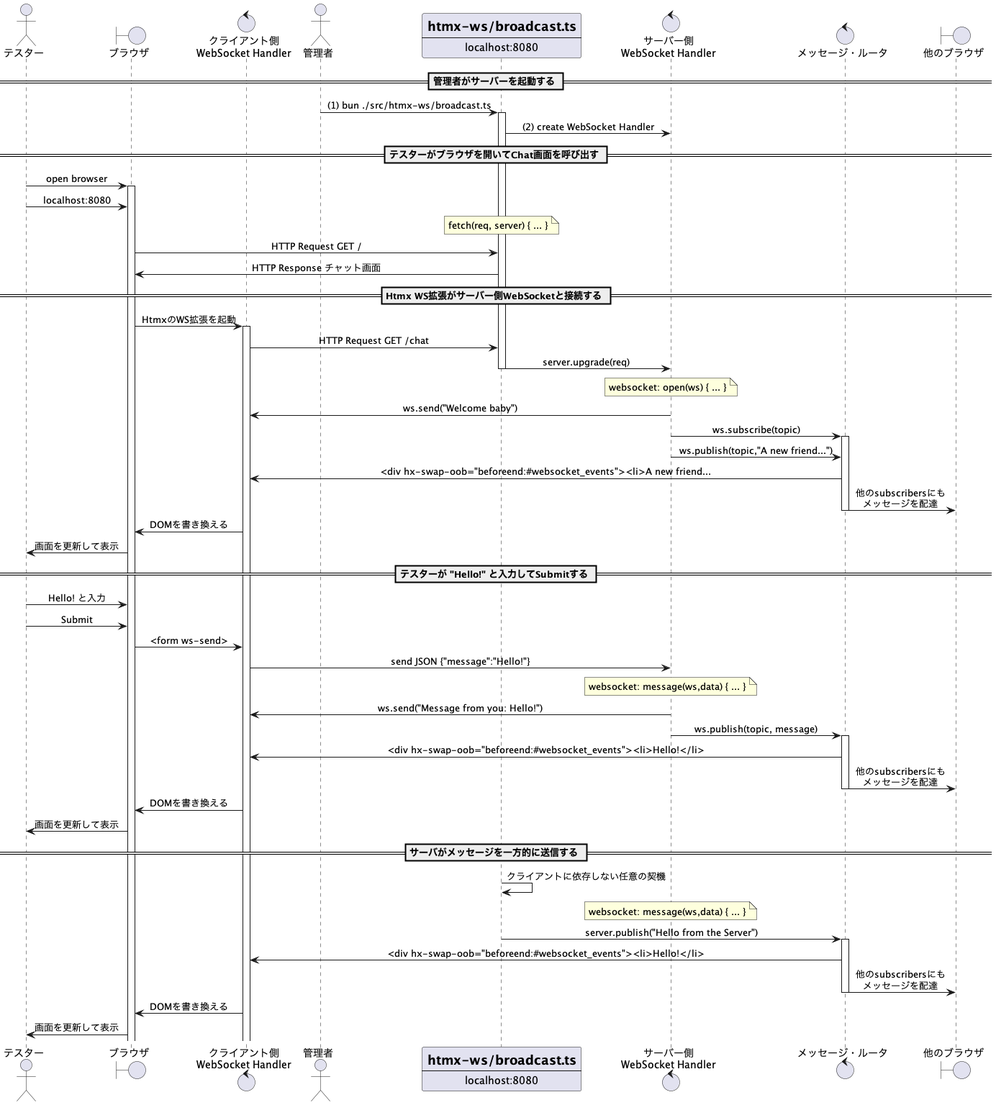
Before: docs/diagrams/out/sequence/sequence.png, a diagram exported from PlantUML (kazurayam/websocket-demo).
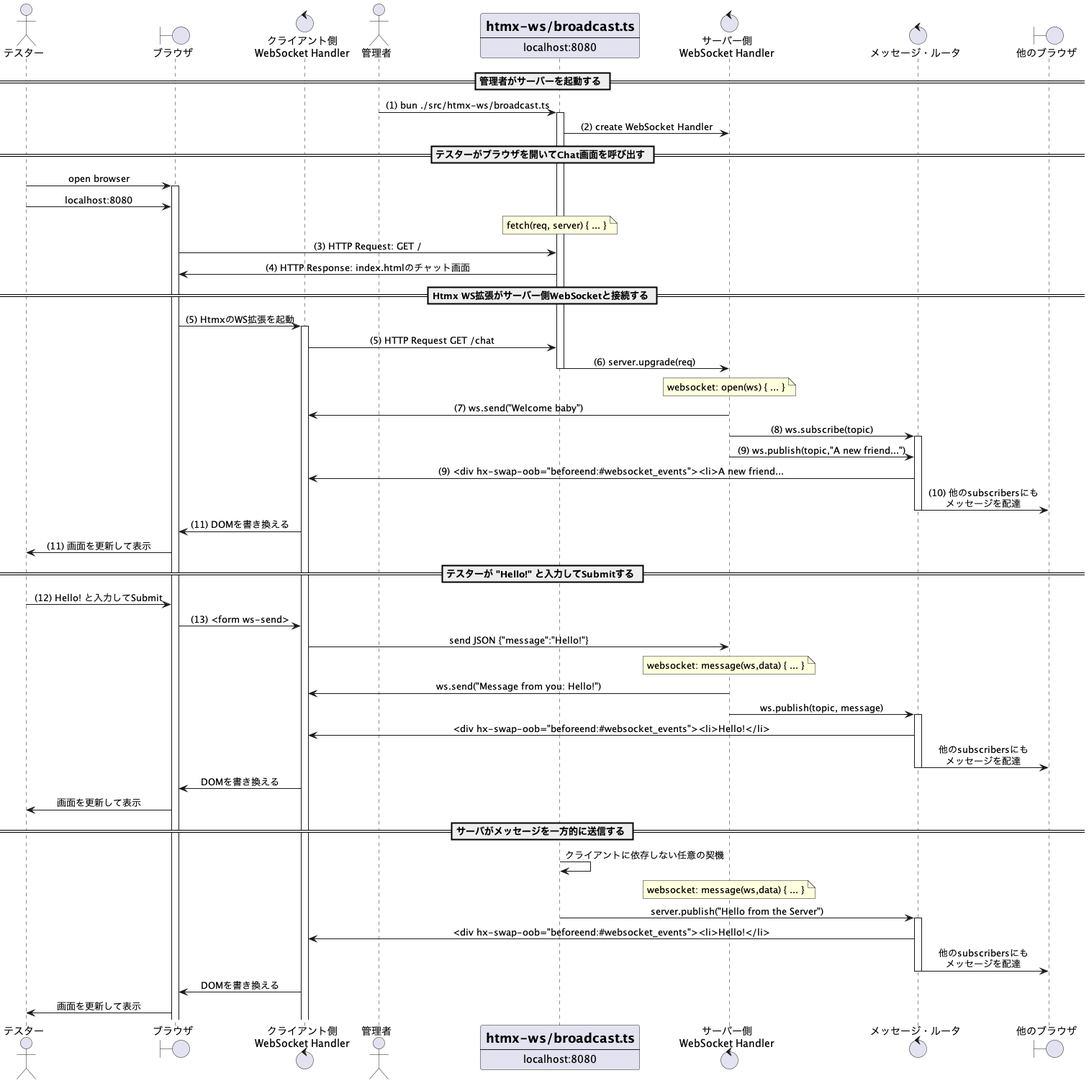
After the change.

Commit message:
sequence_description.adocをsave, yet writing

Change to the diagram source:
```diff
@@ -24,30 +24,29 @@
 activate chrome
 tester      ->   chrome     : localhost:8080
 note over server: fetch(req, server) { ... }
-chrome      ->   server     : HTTP Request GET /
-chrome      <-   server     : HTTP Response チャット画面
+chrome      ->   server     : (3) HTTP Request: GET /
+chrome      <-   server     : (4) HTTP Response: index.htmlのチャット画面
 
 == Htmx WS拡張がサーバー側WebSocketと接続する ==
-chrome      ->   cWS        : HtmxのWS拡張を起動
+chrome      ->   cWS        : (5) HtmxのWS拡張を起動
 activate cWS
-cWS         ->   server     : HTTP Request GET /chat
-server      ->   sWS        : server.upgrade(req)
+cWS         ->   server     : (5) HTTP Request GET /chat
+server      ->   sWS        : (6) server.upgrade(req)
 deactivate server
 note over sWS: websocket: open(ws) { ... }
-cWS         <-   sWS        : ws.send("Welcome baby")
-sWS         ->   router     : ws.subscribe(topic)
+cWS         <-   sWS        : (7) ws.send("Welcome baby")
+sWS         ->   router     : (8) ws.subscribe(topic)
 activate router
-sWS         ->   router     : ws.publish(topic,"A new friend...")
-cWS         <-   router     : <div hx-swap-oob="beforeend:#websocket_events"><li>A new friend...
-router      ->   others     : 他のsubscribersにも\nメッセージを配達
+sWS         ->   router     : (9) ws.publish(topic,"A new friend...")
+cWS         <-   router     : (9) <div hx-swap-oob="beforeend:#websocket_events"><li>A new friend...
+router      ->   others     : (10) 他のsubscribersにも\nメッセージを配達
 deactivate router
-chrome      <-   cWS        : DOMを書き換える
-tester      <-   chrome     : 画面を更新して表示
+chrome      <-   cWS        : (11) DOMを書き換える
+tester      <-   chrome     : (11) 画面を更新して表示
 
 == テスターが "Hello!" と入力してSubmitする ==
-tester      ->   chrome     : Hello! と入力
-tester      ->   chrome     : Submit
-chrome      ->   cWS        : <form ws-send>
+tester      ->   chrome     : (12) Hello! と入力してSubmit
+chrome      ->   cWS        : (13) <form ws-send>
 cWS         ->   sWS        : send JSON {"message":"Hello!"}
 note over sWS: websocket: message(ws,data) { ... }
 cWS         <-   sWS        : ws.send("Message from you: Hello!")
```
